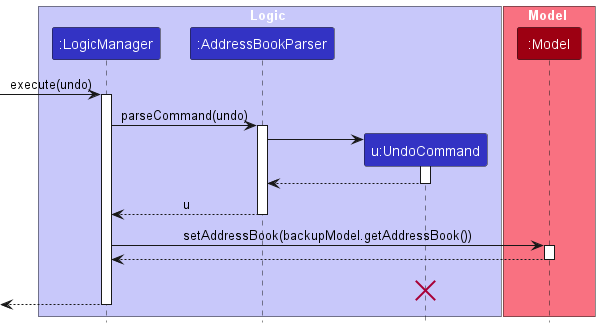
Earlier version of the PlantUML export docs/images/UndoSequenceDiagram.png (nus-cs2103-AY2324S1/tp). Its diagram source:
```plantuml
@startuml
!include style.puml
skinparam ArrowFontStyle plain

box Logic LOGIC_COLOR_T1
participant ":LogicManager" as LogicManager LOGIC_COLOR
participant ":AddressBookParser" as AddressBookParser LOGIC_COLOR
participant "u:UndoCommand" as UndoCommand LOGIC_COLOR
end box

box Model MODEL_COLOR_T1
participant ":Model" as Model MODEL_COLOR
end box

[-> LogicManager : execute(undo)
activate LogicManager

LogicManager -> AddressBookParser : parseCommand(undo)
activate AddressBookParser

create UndoCommand
AddressBookParser -> UndoCommand
activate UndoCommand

UndoCommand --> AddressBookParser
deactivate UndoCommand

AddressBookParser --> LogicManager : u
deactivate AddressBookParser

LogicManager -> Model : setAddressBook(backupModel.getAddressBook())


activate Model


Model --> LogicManager
deactivate Model

deactivate UndoCommand
UndoCommand -[hidden]-> LogicManager : result
destroy UndoCommand

[<--LogicManager
deactivate LogicManager
@enduml
```
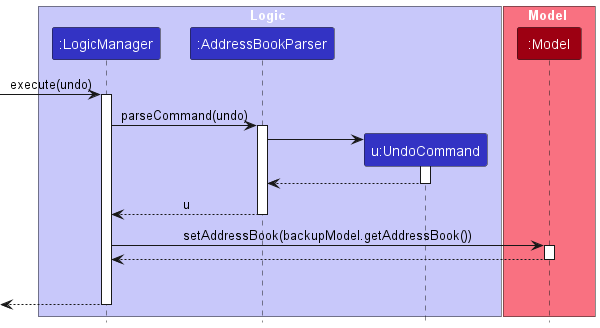
After the change.

What changed in the source:
```diff
@@ -39,7 +39,7 @@
 
 deactivate UndoCommand
 UndoCommand -[hidden]-> LogicManager : result
-destroy UndoCommand
+
 
 [<--LogicManager
 deactivate LogicManager
```
